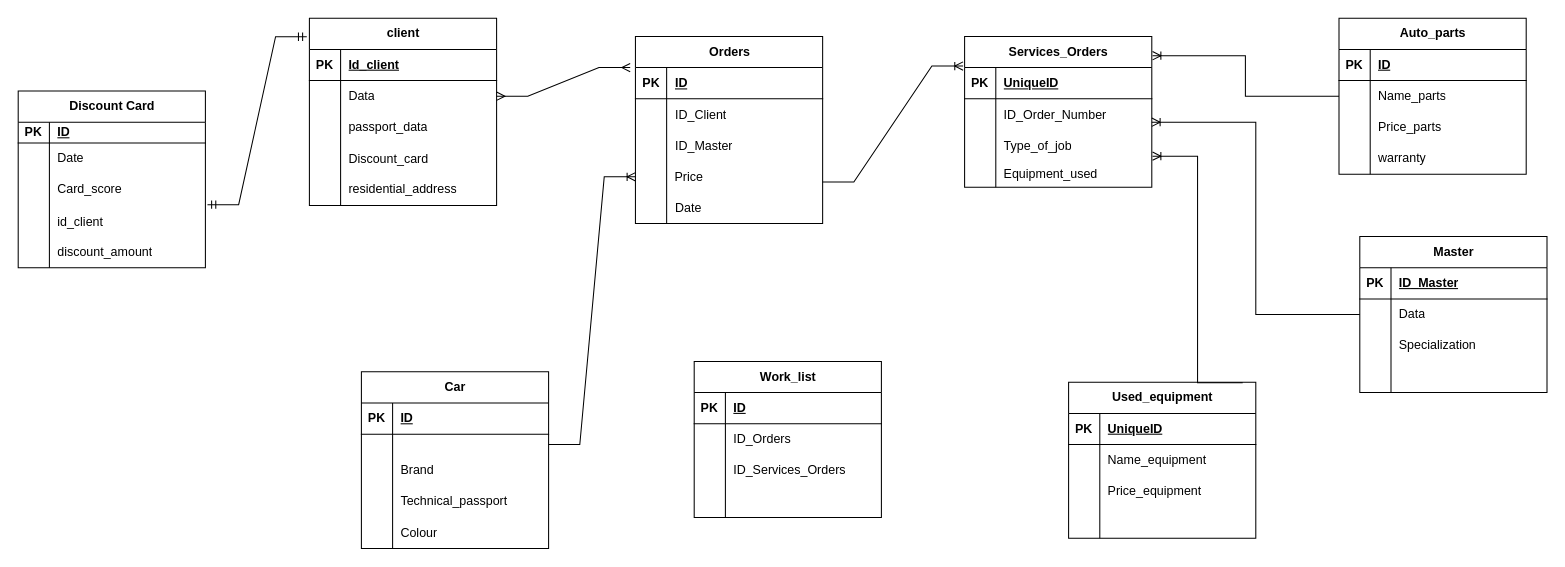
The draw.io diagram БД.drawio in Kerckk/auto_repair, before the edit. Source tidied: cells renumbered, new cells numbered last; positions are measured from the earlier drawing's top-left corner, leaving out a move shared by most shapes. Both pictures are drawn from the tidied source at 104%, with x=0, y=0 at pixel (18, 18).
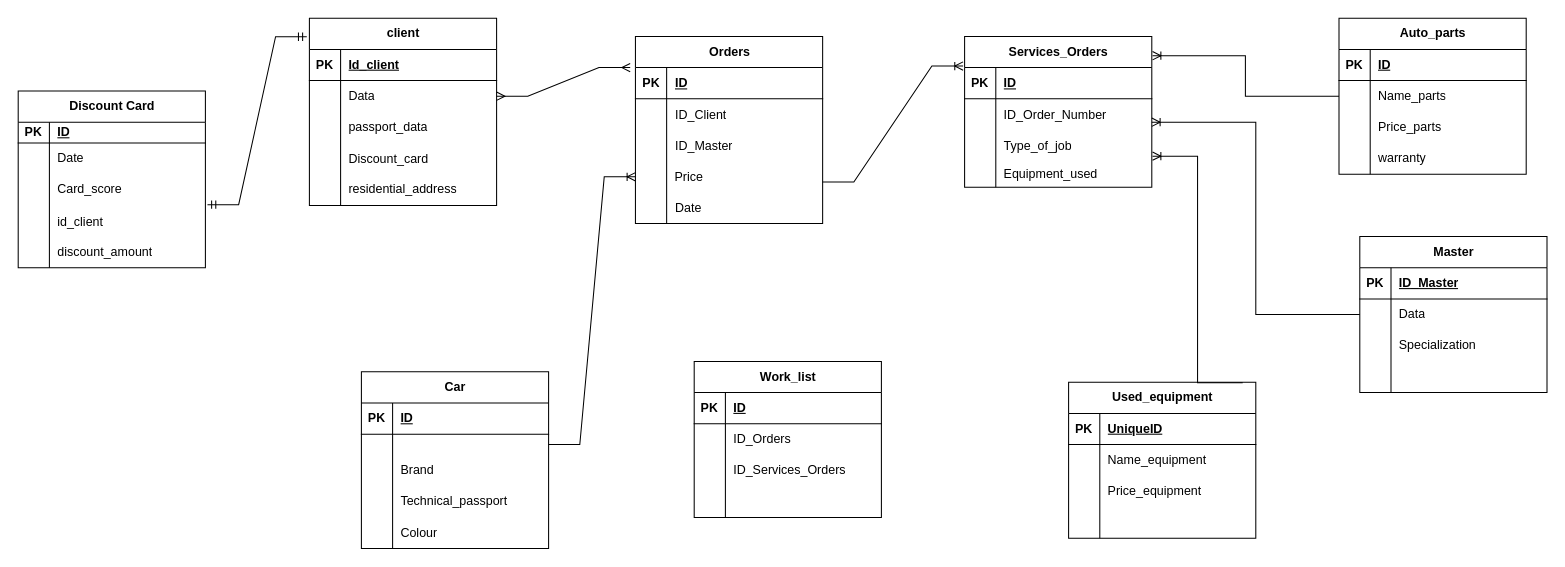
The same diagram, later.

The change refers to these unchanged cells:
```xml
<mxCell id="97" style="shape=tableRow;horizontal=0;startSize=0;swimlaneHead=0;swimlaneBody=0;fillColor=none;points=[[0,0.5],[1,0.5]];portConstraint=eastwest;top=0;left=0;right=0;bottom=1;" parent="96" vertex="1">
  <mxGeometry y="30" width="180" height="30" as="geometry" />
</mxCell>
```

What changed in the source:
```diff
@@
-    <mxCell id="99" value="UniqueID" style="shape=partialRectangle;fillColor=none;top=0;left=0;bottom=0;right=0;align=left;spacingLeft=6;fontStyle=5;overflow=hidden;whiteSpace=wrap;html=1;" parent="97" vertex="1">
+    <mxCell id="99" value="ID" style="shape=partialRectangle;fillColor=none;top=0;left=0;bottom=0;right=0;align=left;spacingLeft=6;fontStyle=5;overflow=hidden;whiteSpace=wrap;html=1;" parent="97" vertex="1">
       <mxGeometry x="30" width="150" height="30" as="geometry" />
     </mxCell>
```
